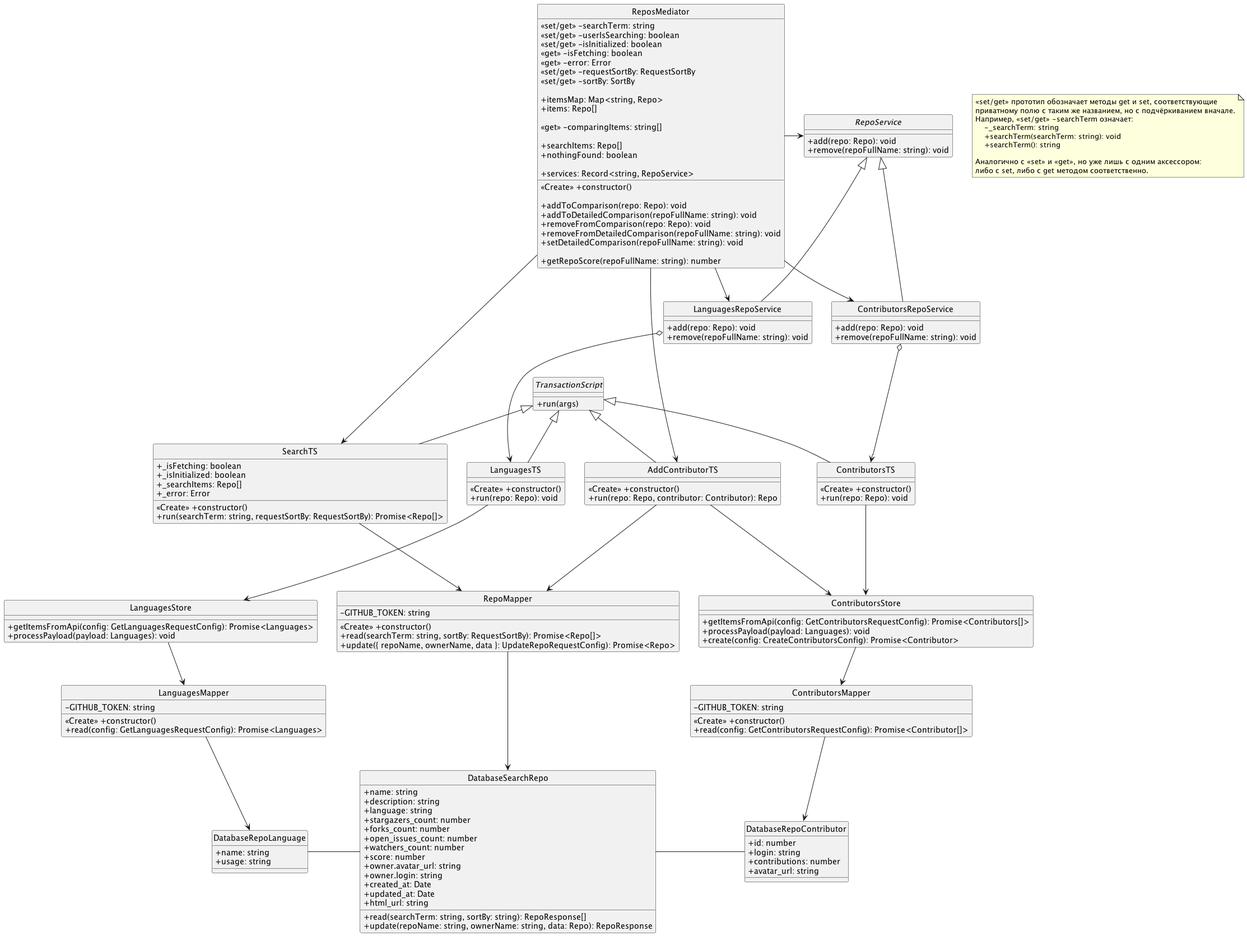
Earlier version of the PlantUML export docs/Classes_diagram.png (RepoAnalyzer/repolier-frontend).
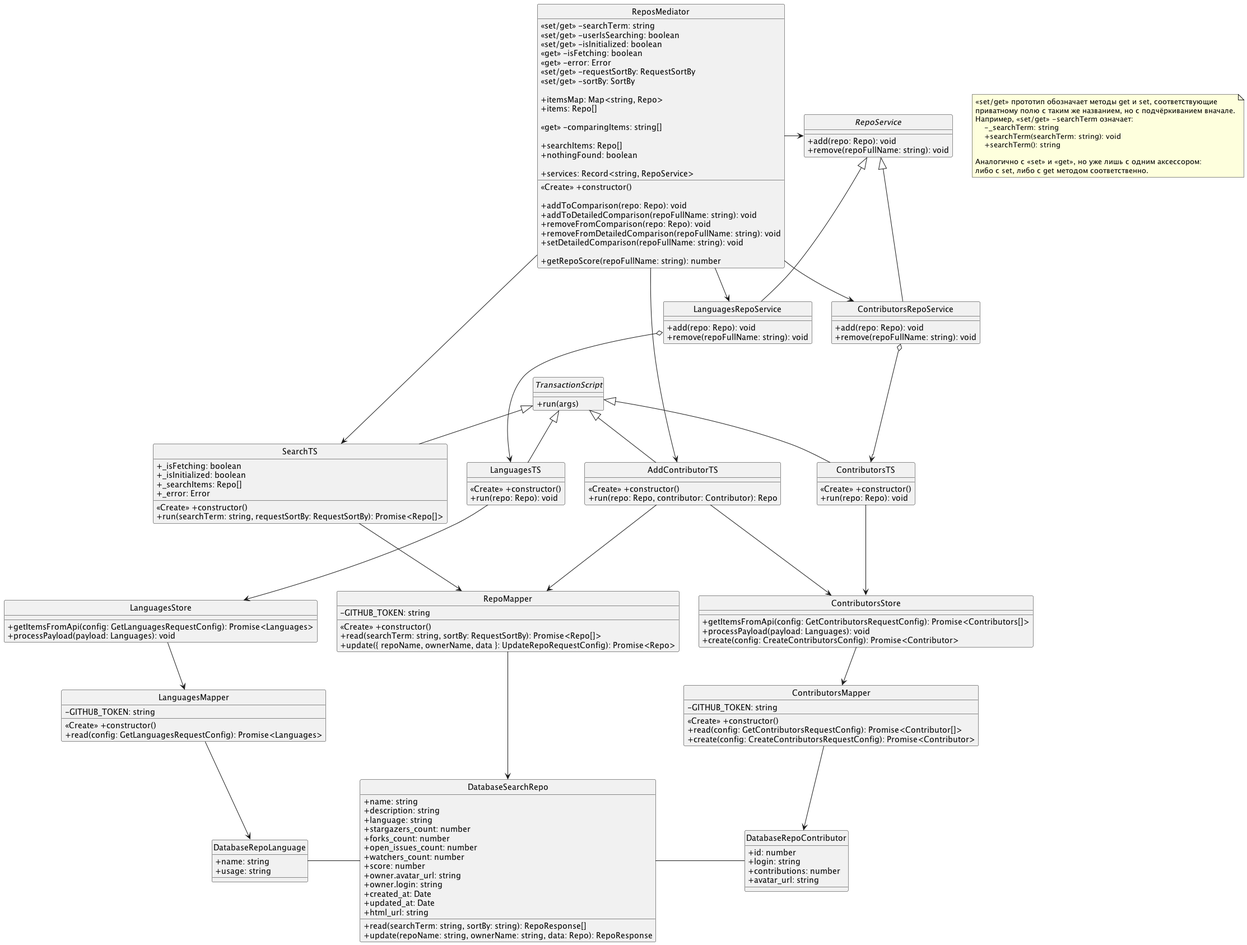
Later version of the same file.

Commit message:
docs(Classes_diagram): added create

Diff of the diagram source:
```diff
@@ -147,6 +147,7 @@
 
         <<Create>> +constructor()
         +read(config: GetContributorsRequestConfig): Promise<Contributor[]>
+        +create(config: CreateContributorsRequestConfig): Promise<Contributor>
     }
     ContributorsMapper --> DatabaseRepoContributor
 
```
